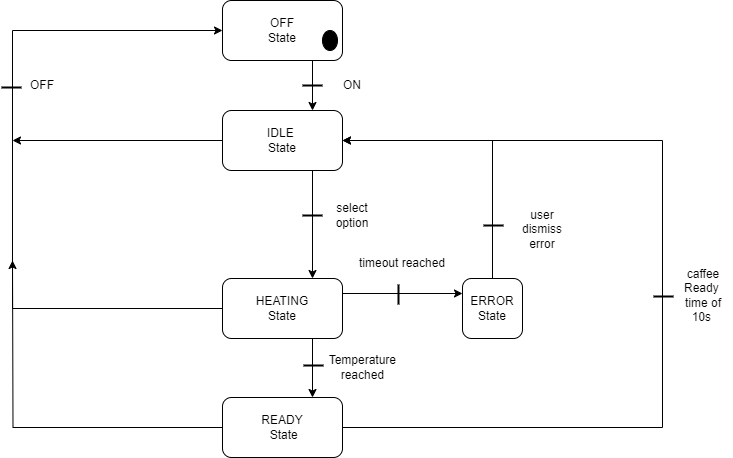
Above: state Diagram.png in Tapswhenoom/excercise_bdd (draw.io), before the change. Source tidied: cells renumbered, new cells last; positions are measured from the earlier drawing's top-left corner, leaving out a move shared by most shapes. Its diagram source:
```xml
<mxGraphModel background="#FFFFFF">
  <root>
    <mxCell id="0" />
    <mxCell id="1" parent="0" />
    <mxCell id="2" style="edgeStyle=orthogonalEdgeStyle;rounded=0;jettySize=auto;html=1;exitX=0.75;exitY=1;exitDx=0;exitDy=0;entryX=0.75;entryY=0;entryDx=0;entryDy=0;" parent="1" edge="1" source="3" target="5">
      <mxGeometry relative="1" as="geometry" />
    </mxCell>
    <mxCell id="3" value="OFF&lt;br&gt;State" style="rounded=1;whiteSpace=wrap;html=1;" parent="1" vertex="1">
      <mxGeometry x="221" width="120" height="60" as="geometry" />
    </mxCell>
    <mxCell id="4" style="edgeStyle=orthogonalEdgeStyle;rounded=0;jettySize=auto;html=1;exitX=0;exitY=0.5;exitDx=0;exitDy=0;" parent="1" edge="1" source="5">
      <mxGeometry relative="1" as="geometry">
        <mxPoint x="11" y="140" as="targetPoint" />
      </mxGeometry>
    </mxCell>
    <mxCell id="5" value="IDLE&amp;nbsp;&lt;br&gt;State&lt;br&gt;" style="rounded=1;whiteSpace=wrap;html=1;" parent="1" vertex="1">
      <mxGeometry x="221" y="110" width="120" height="60" as="geometry" />
    </mxCell>
    <mxCell id="6" style="edgeStyle=orthogonalEdgeStyle;rounded=0;jettySize=auto;html=1;exitX=0.75;exitY=1;exitDx=0;exitDy=0;entryX=0.75;entryY=0;entryDx=0;entryDy=0;" parent="1" edge="1" source="9" target="12">
      <mxGeometry relative="1" as="geometry" />
    </mxCell>
    <mxCell id="7" style="edgeStyle=orthogonalEdgeStyle;rounded=0;jettySize=auto;html=1;exitX=0;exitY=0.5;exitDx=0;exitDy=0;entryX=0;entryY=0.5;entryDx=0;entryDy=0;" parent="1" edge="1" source="9" target="3">
      <mxGeometry relative="1" as="geometry">
        <Array as="points">
          <mxPoint x="11" y="308" />
          <mxPoint x="11" y="30" />
        </Array>
      </mxGeometry>
    </mxCell>
    <mxCell id="8" style="edgeStyle=orthogonalEdgeStyle;rounded=0;jettySize=auto;html=1;exitX=1;exitY=0.25;exitDx=0;exitDy=0;entryX=0;entryY=0.25;entryDx=0;entryDy=0;" parent="1" edge="1" source="9" target="15">
      <mxGeometry relative="1" as="geometry" />
    </mxCell>
    <mxCell id="9" value="HEATING&lt;br&gt;State" style="rounded=1;whiteSpace=wrap;html=1;" parent="1" vertex="1">
      <mxGeometry x="221" y="278" width="120" height="60" as="geometry" />
    </mxCell>
    <mxCell id="10" style="edgeStyle=orthogonalEdgeStyle;rounded=0;jettySize=auto;html=1;exitX=0;exitY=0.5;exitDx=0;exitDy=0;" parent="1" edge="1" source="12">
      <mxGeometry relative="1" as="geometry">
        <mxPoint x="11" y="260" as="targetPoint" />
      </mxGeometry>
    </mxCell>
    <mxCell id="11" style="edgeStyle=orthogonalEdgeStyle;rounded=0;jettySize=auto;html=1;entryX=1;entryY=0.5;entryDx=0;entryDy=0;" parent="1" edge="1" source="12" target="5">
      <mxGeometry relative="1" as="geometry">
        <Array as="points">
          <mxPoint x="661" y="427" />
          <mxPoint x="661" y="140" />
        </Array>
      </mxGeometry>
    </mxCell>
    <mxCell id="12" value="READY&lt;br&gt;&amp;nbsp;State" style="rounded=1;whiteSpace=wrap;html=1;" parent="1" vertex="1">
      <mxGeometry x="221" y="397" width="120" height="60" as="geometry" />
    </mxCell>
    <mxCell id="13" style="endArrow=classic;html=1;rounded=0;entryX=0.75;entryY=0;entryDx=0;entryDy=0;exitX=0.75;exitY=1;exitDx=0;exitDy=0;" parent="1" edge="1" source="5" target="9">
      <mxGeometry relative="1" as="geometry" />
    </mxCell>
    <mxCell id="14" style="edgeStyle=orthogonalEdgeStyle;rounded=0;jettySize=auto;html=1;exitX=0.25;exitY=0;exitDx=0;exitDy=0;entryX=1;entryY=0.5;entryDx=0;entryDy=0;" parent="1" edge="1" source="15" target="5">
      <mxGeometry relative="1" as="geometry">
        <Array as="points">
          <mxPoint x="491" y="278" />
          <mxPoint x="491" y="140" />
        </Array>
      </mxGeometry>
    </mxCell>
    <mxCell id="15" value="ERROR&lt;br&gt;State" style="rounded=1;whiteSpace=wrap;html=1;" parent="1" vertex="1">
      <mxGeometry x="461" y="278" width="60" height="60" as="geometry" />
    </mxCell>
    <mxCell id="16" style="ellipse;fillColor=strokeColor;html=1;" parent="1" vertex="1">
      <mxGeometry x="321" y="30" width="15" height="20" as="geometry" />
    </mxCell>
    <mxCell id="17" value="ON" style="text;html=1;strokeColor=none;fillColor=none;align=center;verticalAlign=middle;whiteSpace=wrap;rounded=0;" parent="1" vertex="1">
      <mxGeometry x="321" y="70" width="60" height="30" as="geometry" />
    </mxCell>
    <mxCell id="18" value="OFF" style="text;html=1;strokeColor=none;fillColor=none;align=center;verticalAlign=middle;whiteSpace=wrap;rounded=0;" parent="1" vertex="1">
      <mxGeometry x="11" y="70" width="60" height="30" as="geometry" />
    </mxCell>
    <mxCell id="19" value="select option" style="text;html=1;strokeColor=none;fillColor=none;align=center;verticalAlign=middle;whiteSpace=wrap;rounded=0;" parent="1" vertex="1">
      <mxGeometry x="321" y="200" width="60" height="30" as="geometry" />
    </mxCell>
    <mxCell id="20" value="Temperature&amp;nbsp;&lt;br&gt;reached&amp;nbsp;" style="text;html=1;strokeColor=none;fillColor=none;align=center;verticalAlign=middle;whiteSpace=wrap;rounded=0;" parent="1" vertex="1">
      <mxGeometry x="333" y="352" width="60" height="30" as="geometry" />
    </mxCell>
    <mxCell id="21" value="timeout reached" style="text;html=1;strokeColor=none;fillColor=none;align=center;verticalAlign=middle;whiteSpace=wrap;rounded=0;" parent="1" vertex="1">
      <mxGeometry x="341" y="248" width="120" height="30" as="geometry" />
    </mxCell>
    <mxCell id="22" value="caffee Ready&amp;nbsp; time of 10s&amp;nbsp;" style="text;html=1;strokeColor=none;fillColor=none;align=center;verticalAlign=middle;whiteSpace=wrap;rounded=0;" parent="1" vertex="1">
      <mxGeometry x="672" y="276" width="60" height="38" as="geometry" />
    </mxCell>
    <mxCell id="23" style="line;strokeWidth=2;html=1;" parent="1" vertex="1">
      <mxGeometry x="301" y="210" width="20" height="10" as="geometry" />
    </mxCell>
    <mxCell id="24" style="line;strokeWidth=2;html=1;" parent="1" vertex="1">
      <mxGeometry x="302" y="360" width="20" height="10" as="geometry" />
    </mxCell>
    <mxCell id="25" style="line;strokeWidth=2;html=1;" parent="1" vertex="1">
      <mxGeometry x="301" y="80" width="20" height="10" as="geometry" />
    </mxCell>
    <mxCell id="26" style="line;strokeWidth=2;html=1;" parent="1" vertex="1">
      <mxGeometry x="652" y="291" width="20" height="10" as="geometry" />
    </mxCell>
    <mxCell id="27" style="line;strokeWidth=2;html=1;" parent="1" vertex="1">
      <mxGeometry y="82" width="20" height="10" as="geometry" />
    </mxCell>
    <mxCell id="28" style="line;strokeWidth=2;html=1;rotation=-90;" parent="1" vertex="1">
      <mxGeometry x="387" y="289" width="20" height="10" as="geometry" />
    </mxCell>
    <mxCell id="29" style="line;strokeWidth=2;html=1;" parent="1" vertex="1">
      <mxGeometry x="482" y="220" width="20" height="10" as="geometry" />
    </mxCell>
    <mxCell id="30" value="user dismiss error" style="text;html=1;strokeColor=none;fillColor=none;align=center;verticalAlign=middle;whiteSpace=wrap;rounded=0;" parent="1" vertex="1">
      <mxGeometry x="511" y="212" width="60" height="34" as="geometry" />
    </mxCell>
  </root>
</mxGraphModel>
```
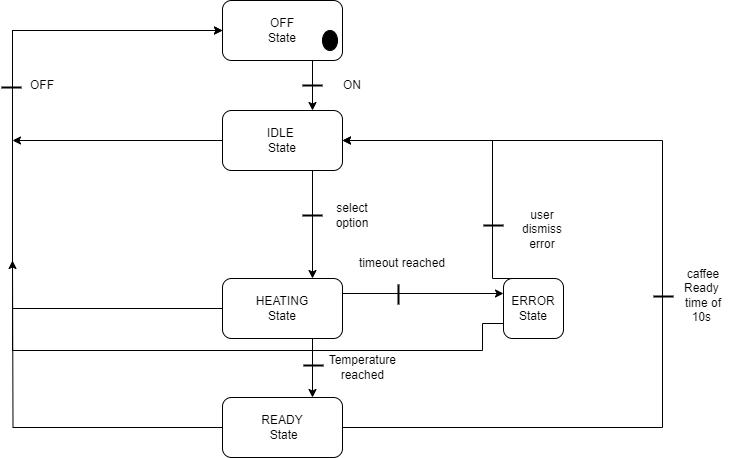
Later version of the same file.

What changed in the source:
```diff
@@ -60,8 +60,18 @@
         </Array>
       </mxGeometry>
     </mxCell>
+    <mxCell id="31" style="edgeStyle=orthogonalEdgeStyle;rounded=0;jettySize=auto;html=1;exitX=0;exitY=0.75;exitDx=0;exitDy=0;entryX=0;entryY=0.5;entryDx=0;entryDy=0;" parent="1" edge="1" source="15" target="3">
+      <mxGeometry relative="1" as="geometry">
+        <Array as="points">
+          <mxPoint x="481" y="323" />
+          <mxPoint x="481" y="350" />
+          <mxPoint x="11" y="350" />
+          <mxPoint x="11" y="30" />
+        </Array>
+      </mxGeometry>
+    </mxCell>
     <mxCell id="15" value="ERROR&lt;br&gt;State" style="rounded=1;whiteSpace=wrap;html=1;" parent="1" vertex="1">
-      <mxGeometry x="461" y="278" width="60" height="60" as="geometry" />
+      <mxGeometry x="502" y="278" width="60" height="60" as="geometry" />
     </mxCell>
     <mxCell id="16" style="ellipse;fillColor=strokeColor;html=1;" parent="1" vertex="1">
       <mxGeometry x="321" y="30" width="15" height="20" as="geometry" />
```
